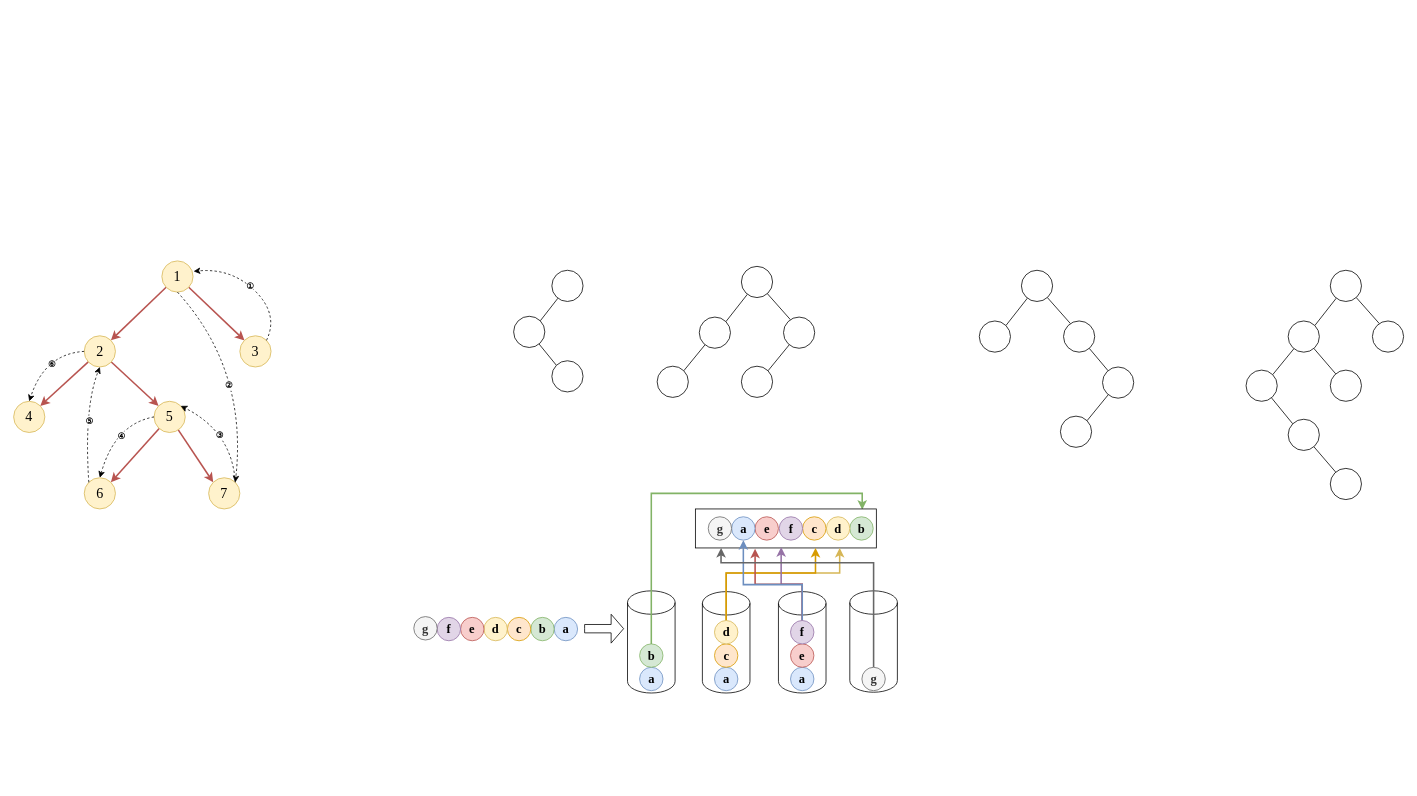
GPlaying/brain_map keeps this draw.io diagram as 408真题.drawio. Above is the earlier version. Source tidied: cells renumbered, new cells numbered last; positions are measured from the earlier drawing's top-left corner, leaving out a move shared by most shapes. Both pictures are drawn from the tidied source at 78%, with x=0, y=0 at pixel (13, 261).
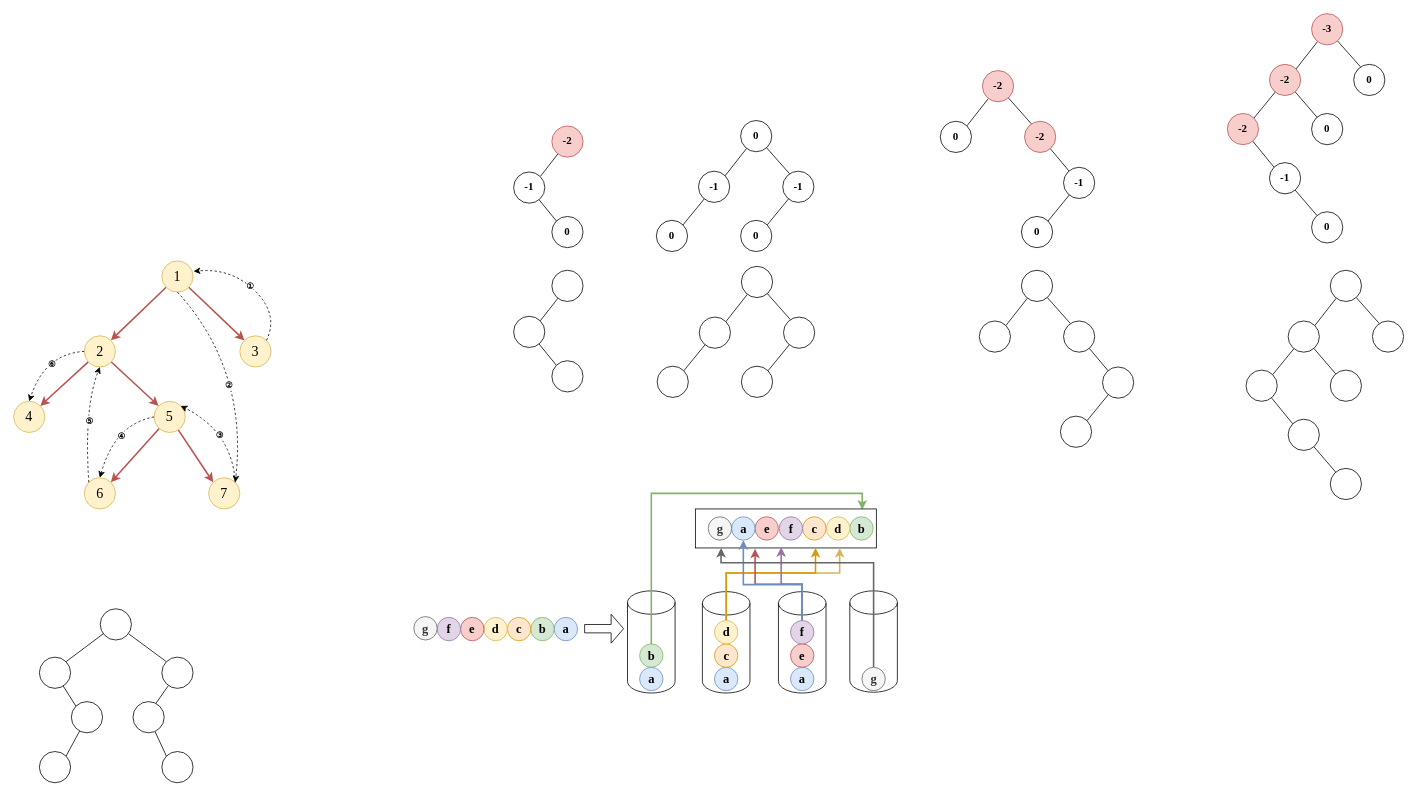
Above is the later version.

What changed in the source:
```diff
@@
+    <mxCell id="99" style="edgeStyle=none;shape=connector;rounded=0;jettySize=auto;html=1;entryX=1;entryY=0;entryDx=0;entryDy=0;labelBackgroundColor=default;strokeColor=default;fontFamily=Helvetica;fontSize=11;fontColor=default;endArrow=none;endFill=0;" parent="1" edge="1" source="101" target="103">
+      <mxGeometry relative="1" as="geometry" />
+    </mxCell>
+    <mxCell id="100" style="rounded=0;jettySize=auto;html=1;entryX=0;entryY=0;entryDx=0;entryDy=0;endArrow=none;endFill=0;" parent="1" edge="1" source="101" target="108">
+      <mxGeometry relative="1" as="geometry" />
+    </mxCell>
+    <mxCell id="101" style="ellipse;whiteSpace=wrap;html=1;" parent="1" vertex="1">
+      <mxGeometry x="111" y="446" width="40" height="40" as="geometry" />
+    </mxCell>
+    <mxCell id="102" style="edgeStyle=none;shape=connector;rounded=0;jettySize=auto;html=1;entryX=0;entryY=0;entryDx=0;entryDy=0;labelBackgroundColor=default;strokeColor=default;fontFamily=Helvetica;fontSize=11;fontColor=default;endArrow=none;endFill=0;" parent="1" edge="1" source="103" target="105">
+      <mxGeometry relative="1" as="geometry" />
+    </mxCell>
+    <mxCell id="103" style="ellipse;whiteSpace=wrap;html=1;" parent="1" vertex="1">
+      <mxGeometry x="33" y="508" width="40" height="40" as="geometry" />
+    </mxCell>
+    <mxCell id="104" style="rounded=0;jettySize=auto;html=1;entryX=1;entryY=0;entryDx=0;entryDy=0;endArrow=none;endFill=0;" parent="1" edge="1" source="105" target="106">
+      <mxGeometry relative="1" as="geometry" />
+    </mxCell>
+    <mxCell id="105" style="ellipse;whiteSpace=wrap;html=1;" parent="1" vertex="1">
+      <mxGeometry x="74" y="565" width="40" height="40" as="geometry" />
+    </mxCell>
+    <mxCell id="106" style="ellipse;whiteSpace=wrap;html=1;" parent="1" vertex="1">
+      <mxGeometry x="33" y="629" width="40" height="40" as="geometry" />
+    </mxCell>
+    <mxCell id="107" style="edgeStyle=none;shape=connector;rounded=0;jettySize=auto;html=1;entryX=0.7;entryY=0.108;entryDx=0;entryDy=0;labelBackgroundColor=default;strokeColor=default;fontFamily=Helvetica;fontSize=11;fontColor=default;endArrow=none;endFill=0;entryPerimeter=0;" parent="1" edge="1" source="108" target="110">
+      <mxGeometry relative="1" as="geometry" />
+    </mxCell>
+    <mxCell id="108" style="ellipse;whiteSpace=wrap;html=1;" parent="1" vertex="1">
+      <mxGeometry x="190" y="508" width="40" height="40" as="geometry" />
+    </mxCell>
+    <mxCell id="109" style="rounded=0;jettySize=auto;html=1;entryX=0;entryY=0;entryDx=0;entryDy=0;endArrow=none;endFill=0;" parent="1" edge="1" source="110" target="111">
+      <mxGeometry relative="1" as="geometry" />
+    </mxCell>
+    <mxCell id="110" style="ellipse;whiteSpace=wrap;html=1;" parent="1" vertex="1">
+      <mxGeometry x="153" y="565" width="40" height="40" as="geometry" />
+    </mxCell>
+    <mxCell id="111" style="ellipse;whiteSpace=wrap;html=1;" parent="1" vertex="1">
+      <mxGeometry x="190" y="629" width="40" height="40" as="geometry" />
+    </mxCell>
+    <mxCell id="112" style="edgeStyle=none;shape=connector;rounded=0;jettySize=auto;html=1;entryX=1;entryY=0;entryDx=0;entryDy=0;labelBackgroundColor=default;strokeColor=default;fontFamily=Times New Roman;fontSize=14;fontColor=default;endArrow=none;endFill=0;fontStyle=1;" parent="1" edge="1" source="113" target="115">
+      <mxGeometry relative="1" as="geometry" />
+    </mxCell>
+    <mxCell id="113" value="-2" style="ellipse;whiteSpace=wrap;html=1;fontSize=14;fontStyle=1;fontFamily=Times New Roman;fillColor=#f8cecc;strokeColor=#b85450;" parent="1" vertex="1">
+      <mxGeometry x="690" y="-173" width="40" height="40" as="geometry" />
+    </mxCell>
+    <mxCell id="114" style="edgeStyle=none;shape=connector;rounded=0;jettySize=auto;html=1;entryX=0;entryY=0;entryDx=0;entryDy=0;labelBackgroundColor=default;strokeColor=default;fontFamily=Times New Roman;fontSize=14;fontColor=default;endArrow=none;endFill=0;fontStyle=1;" parent="1" edge="1" source="115" target="116">
+      <mxGeometry relative="1" as="geometry" />
+    </mxCell>
+    <mxCell id="115" value="-1" style="ellipse;whiteSpace=wrap;html=1;fontSize=14;fontStyle=1;fontFamily=Times New Roman;" parent="1" vertex="1">
+      <mxGeometry x="641" y="-114" width="40" height="40" as="geometry" />
+    </mxCell>
+    <mxCell id="116" value="0" style="ellipse;whiteSpace=wrap;html=1;fontSize=14;fontStyle=1;fontFamily=Times New Roman;" parent="1" vertex="1">
+      <mxGeometry x="690" y="-57" width="40" height="40" as="geometry" />
+    </mxCell>
+    <mxCell id="117" style="edgeStyle=none;shape=connector;rounded=0;jettySize=auto;html=1;entryX=1;entryY=0;entryDx=0;entryDy=0;labelBackgroundColor=default;strokeColor=default;fontFamily=Times New Roman;fontSize=14;fontColor=default;endArrow=none;endFill=0;fontStyle=1;" parent="1" edge="1" source="119" target="121">
+      <mxGeometry relative="1" as="geometry" />
+    </mxCell>
+    <mxCell id="118" style="edgeStyle=none;shape=connector;rounded=0;jettySize=auto;html=1;entryX=0.325;entryY=0.2;entryDx=0;entryDy=0;entryPerimeter=0;labelBackgroundColor=default;strokeColor=default;fontFamily=Times New Roman;fontSize=14;fontColor=default;endArrow=none;endFill=0;fontStyle=1;" parent="1" edge="1" source="119" target="124">
+      <mxGeometry relative="1" as="geometry" />
+    </mxCell>
+    <mxCell id="119" value="0" style="ellipse;whiteSpace=wrap;html=1;fontSize=14;fontStyle=1;fontFamily=Times New Roman;" parent="1" vertex="1">
+      <mxGeometry x="932" y="-180" width="40" height="40" as="geometry" />
+    </mxCell>
+    <mxCell id="120" style="edgeStyle=none;shape=connector;rounded=0;jettySize=auto;html=1;entryX=1;entryY=0;entryDx=0;entryDy=0;labelBackgroundColor=default;strokeColor=default;fontFamily=Times New Roman;fontSize=14;fontColor=default;endArrow=none;endFill=0;fontStyle=1;" parent="1" edge="1" source="121" target="122">
+      <mxGeometry relative="1" as="geometry" />
+    </mxCell>
+    <mxCell id="121" value="-1" style="ellipse;whiteSpace=wrap;html=1;fontSize=14;fontStyle=1;fontFamily=Times New Roman;" parent="1" vertex="1">
+      <mxGeometry x="878" y="-115" width="40" height="40" as="geometry" />
+    </mxCell>
+    <mxCell id="122" value="0" style="ellipse;whiteSpace=wrap;html=1;fontSize=14;fontStyle=1;fontFamily=Times New Roman;" parent="1" vertex="1">
+      <mxGeometry x="824" y="-52" width="40" height="40" as="geometry" />
+    </mxCell>
+    <mxCell id="123" style="edgeStyle=none;shape=connector;rounded=0;jettySize=auto;html=1;entryX=1;entryY=0;entryDx=0;entryDy=0;labelBackgroundColor=default;strokeColor=default;fontFamily=Times New Roman;fontSize=14;fontColor=default;endArrow=none;endFill=0;fontStyle=1;" parent="1" edge="1" source="124" target="125">
+      <mxGeometry relative="1" as="geometry" />
+    </mxCell>
+    <mxCell id="124" value="-1" style="ellipse;whiteSpace=wrap;html=1;fontSize=14;fontStyle=1;fontFamily=Times New Roman;" parent="1" vertex="1">
+      <mxGeometry x="986" y="-115" width="40" height="40" as="geometry" />
+    </mxCell>
+    <mxCell id="125" value="0" style="ellipse;whiteSpace=wrap;html=1;fontSize=14;fontStyle=1;fontFamily=Times New Roman;" parent="1" vertex="1">
+      <mxGeometry x="932" y="-52" width="40" height="40" as="geometry" />
+    </mxCell>
+    <mxCell id="126" style="edgeStyle=none;shape=connector;rounded=0;jettySize=auto;html=1;entryX=1;entryY=0;entryDx=0;entryDy=0;labelBackgroundColor=default;strokeColor=default;fontFamily=Times New Roman;fontSize=14;fontColor=default;endArrow=none;endFill=0;fontStyle=1;" parent="1" edge="1" source="128" target="129">
+      <mxGeometry relative="1" as="geometry" />
+    </mxCell>
+    <mxCell id="127" style="edgeStyle=none;shape=connector;rounded=0;jettySize=auto;html=1;entryX=0.325;entryY=0.2;entryDx=0;entryDy=0;entryPerimeter=0;labelBackgroundColor=default;strokeColor=default;fontFamily=Times New Roman;fontSize=14;fontColor=default;endArrow=none;endFill=0;fontStyle=1;" parent="1" edge="1" source="128" target="131">
+      <mxGeometry relative="1" as="geometry" />
+    </mxCell>
+    <mxCell id="128" value="-2" style="ellipse;whiteSpace=wrap;html=1;fontStyle=1;fontSize=14;fontFamily=Times New Roman;fillColor=#f8cecc;strokeColor=#b85450;" parent="1" vertex="1">
+      <mxGeometry x="1242" y="-244" width="40" height="40" as="geometry" />
+    </mxCell>
+    <mxCell id="129" value="0" style="ellipse;whiteSpace=wrap;html=1;fontStyle=1;fontSize=14;fontFamily=Times New Roman;" parent="1" vertex="1">
+      <mxGeometry x="1188" y="-179" width="40" height="40" as="geometry" />
+    </mxCell>
+    <mxCell id="130" style="edgeStyle=none;shape=connector;rounded=0;jettySize=auto;html=1;labelBackgroundColor=default;strokeColor=default;fontFamily=Times New Roman;fontSize=14;fontColor=default;endArrow=none;endFill=0;fontStyle=1;" parent="1" edge="1" source="131" target="133">
+      <mxGeometry relative="1" as="geometry" />
+    </mxCell>
+    <mxCell id="131" value="-2" style="ellipse;whiteSpace=wrap;html=1;fontStyle=1;fontSize=14;fontFamily=Times New Roman;fillColor=#f8cecc;strokeColor=#b85450;" parent="1" vertex="1">
+      <mxGeometry x="1296" y="-179" width="40" height="40" as="geometry" />
+    </mxCell>
+    <mxCell id="132" style="edgeStyle=none;shape=connector;rounded=0;jettySize=auto;html=1;entryX=1;entryY=0;entryDx=0;entryDy=0;labelBackgroundColor=default;strokeColor=default;fontFamily=Times New Roman;fontSize=14;fontColor=default;endArrow=none;endFill=0;fontStyle=1;" parent="1" edge="1" source="133" target="134">
+      <mxGeometry relative="1" as="geometry" />
+    </mxCell>
+    <mxCell id="133" value="-1" style="ellipse;whiteSpace=wrap;html=1;fontStyle=1;fontSize=14;fontFamily=Times New Roman;" parent="1" vertex="1">
+      <mxGeometry x="1346" y="-120" width="40" height="40" as="geometry" />
+    </mxCell>
+    <mxCell id="134" value="0" style="ellipse;whiteSpace=wrap;html=1;fontStyle=1;fontSize=14;fontFamily=Times New Roman;" parent="1" vertex="1">
+      <mxGeometry x="1292" y="-57" width="40" height="40" as="geometry" />
+    </mxCell>
+    <mxCell id="135" style="edgeStyle=none;shape=connector;rounded=0;jettySize=auto;html=1;entryX=1;entryY=0;entryDx=0;entryDy=0;labelBackgroundColor=default;strokeColor=default;fontFamily=Times New Roman;fontSize=14;fontColor=default;endArrow=none;endFill=0;fontStyle=1;" parent="1" edge="1" source="137" target="140">
+      <mxGeometry relative="1" as="geometry" />
+    </mxCell>
+    <mxCell id="136" style="edgeStyle=none;shape=connector;rounded=0;jettySize=auto;html=1;entryX=0.325;entryY=0.2;entryDx=0;entryDy=0;entryPerimeter=0;labelBackgroundColor=default;strokeColor=default;fontFamily=Times New Roman;fontSize=14;fontColor=default;endArrow=none;endFill=0;fontStyle=1;" parent="1" edge="1" source="137" target="143">
+      <mxGeometry relative="1" as="geometry" />
+    </mxCell>
+    <mxCell id="137" value="-3" style="ellipse;whiteSpace=wrap;html=1;fontStyle=1;fontSize=14;fontFamily=Times New Roman;fillColor=#f8cecc;strokeColor=#b85450;" parent="1" vertex="1">
+      <mxGeometry x="1664" y="-317" width="40" height="40" as="geometry" />
+    </mxCell>
+    <mxCell id="138" style="edgeStyle=none;shape=connector;rounded=0;jettySize=auto;html=1;entryX=1;entryY=0;entryDx=0;entryDy=0;labelBackgroundColor=default;strokeColor=default;fontFamily=Times New Roman;fontSize=14;fontColor=default;endArrow=none;endFill=0;fontStyle=1;" parent="1" edge="1" source="140" target="142">
+      <mxGeometry relative="1" as="geometry" />
+    </mxCell>
+    <mxCell id="139" style="edgeStyle=none;shape=connector;rounded=0;jettySize=auto;html=1;labelBackgroundColor=default;strokeColor=default;fontFamily=Times New Roman;fontSize=14;fontColor=default;endArrow=none;endFill=0;fontStyle=1;" parent="1" edge="1" source="140" target="144">
+      <mxGeometry relative="1" as="geometry" />
+    </mxCell>
+    <mxCell id="140" value="-2" style="ellipse;whiteSpace=wrap;html=1;fontStyle=1;fontSize=14;fontFamily=Times New Roman;fillColor=#f8cecc;strokeColor=#b85450;" parent="1" vertex="1">
+      <mxGeometry x="1610" y="-252" width="40" height="40" as="geometry" />
+    </mxCell>
+    <mxCell id="141" style="edgeStyle=none;shape=connector;rounded=0;jettySize=auto;html=1;entryX=0;entryY=0;entryDx=0;entryDy=0;labelBackgroundColor=default;strokeColor=default;fontFamily=Times New Roman;fontSize=14;fontColor=default;endArrow=none;endFill=0;fontStyle=1;" parent="1" edge="1" source="142" target="146">
+      <mxGeometry relative="1" as="geometry" />
+    </mxCell>
+    <mxCell id="142" value="-2" style="ellipse;whiteSpace=wrap;html=1;fontStyle=1;fontSize=14;fontFamily=Times New Roman;fillColor=#f8cecc;strokeColor=#b85450;" parent="1" vertex="1">
+      <mxGeometry x="1556" y="-189" width="40" height="40" as="geometry" />
+    </mxCell>
+    <mxCell id="143" value="0" style="ellipse;whiteSpace=wrap;html=1;fontStyle=1;fontSize=14;fontFamily=Times New Roman;" parent="1" vertex="1">
+      <mxGeometry x="1718" y="-252" width="40" height="40" as="geometry" />
+    </mxCell>
+    <mxCell id="144" value="0" style="ellipse;whiteSpace=wrap;html=1;fontStyle=1;fontSize=14;fontFamily=Times New Roman;" parent="1" vertex="1">
+      <mxGeometry x="1664" y="-189" width="40" height="40" as="geometry" />
+    </mxCell>
+    <mxCell id="145" style="edgeStyle=none;shape=connector;rounded=0;jettySize=auto;html=1;labelBackgroundColor=default;strokeColor=default;fontFamily=Times New Roman;fontSize=14;fontColor=default;endArrow=none;endFill=0;fontStyle=1;" parent="1" edge="1" source="146" target="147">
+      <mxGeometry relative="1" as="geometry" />
+    </mxCell>
+    <mxCell id="146" value="-1" style="ellipse;whiteSpace=wrap;html=1;fontStyle=1;fontSize=14;fontFamily=Times New Roman;" parent="1" vertex="1">
+      <mxGeometry x="1610" y="-126" width="40" height="40" as="geometry" />
+    </mxCell>
+    <mxCell id="147" value="0" style="ellipse;whiteSpace=wrap;html=1;fontStyle=1;fontSize=14;fontFamily=Times New Roman;" parent="1" vertex="1">
+      <mxGeometry x="1664" y="-63" width="40" height="40" as="geometry" />
+    </mxCell>
```
